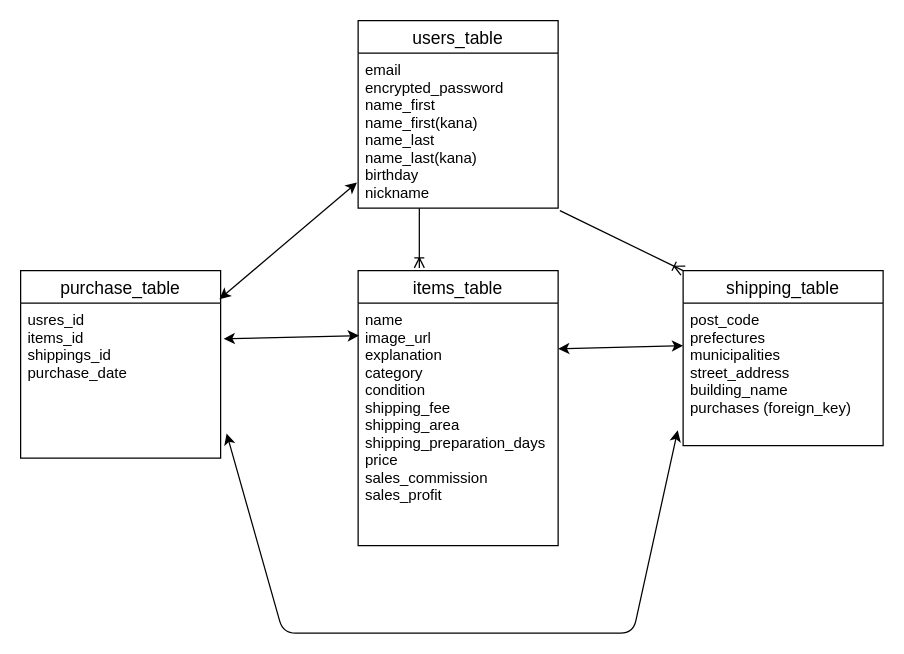
Before: app/views/ER.dio in sugimotocan/furima-40551, a draw.io diagram. Source tidied: cells renumbered, new cells numbered last; positions are measured from the earlier drawing's top-left corner, leaving out a move shared by most shapes. Both pictures are drawn from the tidied source at 125%, with x=0, y=0 at pixel (20, 20).
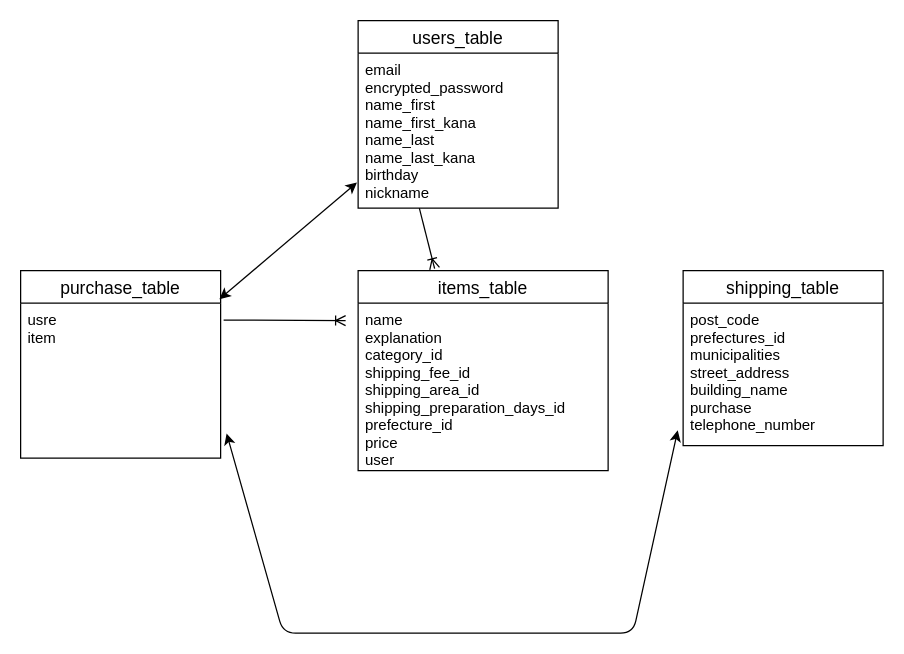
The same page after the edit.

Commit message (it also covers changes not shown here):
READMEとER図の修正

Change to the diagram source:
```diff
@@
 <mxGraphModel>
   <root>
     <mxCell id="0" />
     <mxCell id="1" parent="0" />
     <mxCell id="2" value="shipping_table" style="swimlane;fontStyle=0;horizontal=1;startSize=26;align=center;fontSize=14;" parent="1" vertex="1">
       <mxGeometry x="530" y="200" width="160" height="140" as="geometry" />
     </mxCell>
-    <mxCell id="3" value="post_code&#10;prefectures&#10;municipalities&#10;street_address&#10;building_name&#10;purchases (foreign_key)&#10;&#10;&#10;&#10;" style="text;strokeColor=none;fillColor=none;spacingLeft=4;spacingRight=4;overflow=hidden;points=[[0,0.5],[1,0.5]];portConstraint=eastwest;fontSize=12;" parent="2" vertex="1">
+    <mxCell id="3" value="post_code&#10;prefectures_id&#10;municipalities&#10;street_address&#10;building_name&#10;purchase&#10;telephone_number&#10;&#10;&#10;&#10;" style="text;strokeColor=none;fillColor=none;spacingLeft=4;spacingRight=4;overflow=hidden;points=[[0,0.5],[1,0.5]];portConstraint=eastwest;fontSize=12;" parent="2" vertex="1">
       <mxGeometry y="26" width="160" height="114" as="geometry" />
     </mxCell>
     <mxCell id="4" value="items_table" style="swimlane;fontStyle=0;horizontal=1;startSize=26;align=center;fontSize=14;" parent="1" vertex="1">
-      <mxGeometry x="270" y="200" width="160" height="220" as="geometry" />
+      <mxGeometry x="270" y="200" width="200" height="160" as="geometry" />
     </mxCell>
-    <mxCell id="5" value="name&#10;image_url&#10;explanation&#10;category&#10;condition&#10;shipping_fee&#10;shipping_area&#10;shipping_preparation_days&#10;price&#10;sales_commission&#10;sales_profit&#10;&#10;&#10;&#10;&#10;&#10;" style="text;strokeColor=none;fillColor=none;spacingLeft=4;spacingRight=4;overflow=hidden;points=[[0,0.5],[1,0.5]];portConstraint=eastwest;fontSize=12;" parent="4" vertex="1">
-      <mxGeometry y="26" width="160" height="194" as="geometry" />
+    <mxCell id="5" value="name&#10;explanation&#10;category_id&#10;shipping_fee_id&#10;shipping_area_id&#10;shipping_preparation_days_id&#10;prefecture_id&#10;price&#10;user&#10;&#10;&#10;&#10;&#10;" style="text;strokeColor=none;fillColor=none;spacingLeft=4;spacingRight=4;overflow=hidden;points=[[0,0.5],[1,0.5]];portConstraint=eastwest;fontSize=12;" parent="4" vertex="1">
+      <mxGeometry y="26" width="200" height="134" as="geometry" />
     </mxCell>
     <mxCell id="6" style="edgeStyle=none;html=1;endArrow=ERoneToMany;endFill=0;exitX=0.306;exitY=1;exitDx=0;exitDy=0;exitPerimeter=0;jumpSize=12;entryX=0.306;entryY=-0.01;entryDx=0;entryDy=0;entryPerimeter=0;" parent="1" edge="1" source="10" target="4">
       <mxGeometry relative="1" as="geometry" />
     </mxCell>
     <mxCell id="7" value="purchase_table" style="swimlane;fontStyle=0;horizontal=1;startSize=26;align=center;fontSize=14;" parent="1" vertex="1">
       <mxGeometry y="200" width="160" height="150" as="geometry" />
     </mxCell>
-    <mxCell id="8" value="usres_id&#10;items_id&#10;shippings_id&#10;purchase_date&#10;&#10;" style="text;strokeColor=none;fillColor=none;spacingLeft=4;spacingRight=4;overflow=hidden;points=[[0,0.5],[1,0.5]];portConstraint=eastwest;fontSize=12;" parent="7" vertex="1">
+    <mxCell id="8" value="usre&#10;item&#10;" style="text;strokeColor=none;fillColor=none;spacingLeft=4;spacingRight=4;overflow=hidden;points=[[0,0.5],[1,0.5]];portConstraint=eastwest;fontSize=12;" parent="7" vertex="1">
       <mxGeometry y="26" width="160" height="124" as="geometry" />
     </mxCell>
     <mxCell id="9" value="users_table" style="swimlane;fontStyle=0;horizontal=1;startSize=26;align=center;fontSize=14;" parent="1" vertex="1">
       <mxGeometry x="270" width="160" height="150" as="geometry" />
     </mxCell>
-    <mxCell id="10" value="email&#10;encrypted_password&#10;name_first&#10;name_first(kana)&#10;name_last&#10;name_last(kana)&#10;birthday&#10;nickname" style="text;strokeColor=none;fillColor=none;spacingLeft=4;spacingRight=4;overflow=hidden;points=[[0,0.5],[1,0.5]];portConstraint=eastwest;fontSize=12;" parent="9" vertex="1">
+    <mxCell id="10" value="email&#10;encrypted_password&#10;name_first&#10;name_first_kana&#10;name_last&#10;name_last_kana&#10;birthday&#10;nickname" style="text;strokeColor=none;fillColor=none;spacingLeft=4;spacingRight=4;overflow=hidden;points=[[0,0.5],[1,0.5]];portConstraint=eastwest;fontSize=12;" parent="9" vertex="1">
       <mxGeometry y="26" width="160" height="124" as="geometry" />
     </mxCell>
-    <mxCell id="11" style="edgeStyle=none;html=1;endArrow=ERoneToMany;endFill=0;exitX=1.009;exitY=1.016;exitDx=0;exitDy=0;exitPerimeter=0;jumpSize=12;entryX=0;entryY=0;entryDx=0;entryDy=0;" parent="1" edge="1" source="10" target="2">
-      <mxGeometry relative="1" as="geometry" />
-    </mxCell>
     <mxCell id="12" style="endArrow=classic;startArrow=classic;html=1;jumpSize=12;entryX=-0.027;entryY=0.893;entryDx=0;entryDy=0;entryPerimeter=0;exitX=1.03;exitY=0.841;exitDx=0;exitDy=0;exitPerimeter=0;" parent="1" edge="1" source="8" target="3">
       <mxGeometry relative="1" as="geometry">
         <Array as="points">
           <mxPoint x="210" y="490" />
           <mxPoint x="340" y="490" />
           <mxPoint x="490" y="490" />
         </Array>
       </mxGeometry>
     </mxCell>
     <mxCell id="13" style="endArrow=classic;startArrow=classic;html=1;jumpSize=12;exitX=0.994;exitY=0.152;exitDx=0;exitDy=0;exitPerimeter=0;entryX=-0.006;entryY=0.835;entryDx=0;entryDy=0;entryPerimeter=0;" parent="1" edge="1" source="7" target="10">
       <mxGeometry relative="1" as="geometry" />
     </mxCell>
-    <mxCell id="14" style="endArrow=classic;startArrow=classic;html=1;jumpSize=12;exitX=1.015;exitY=0.23;exitDx=0;exitDy=0;exitPerimeter=0;entryX=0.004;entryY=0.134;entryDx=0;entryDy=0;entryPerimeter=0;" parent="1" edge="1" source="8" target="5">
-      <mxGeometry relative="1" as="geometry" />
-    </mxCell>
-    <mxCell id="15" style="endArrow=classic;startArrow=classic;html=1;jumpSize=12;exitX=1.015;exitY=0.23;exitDx=0;exitDy=0;exitPerimeter=0;" parent="1" edge="1">
+    <mxCell id="15" style="edgeStyle=none;html=1;endArrow=ERoneToMany;endFill=0;jumpSize=12;exitX=1.015;exitY=0.109;exitDx=0;exitDy=0;exitPerimeter=0;" parent="1" edge="1" source="8">
       <mxGeometry relative="1" as="geometry">
-        <mxPoint x="430" y="262.5" as="sourcePoint" />
-        <mxPoint x="530" y="260" as="targetPoint" />
+        <mxPoint x="260" y="240" as="targetPoint" />
       </mxGeometry>
     </mxCell>
   </root>
 </mxGraphModel>
```
